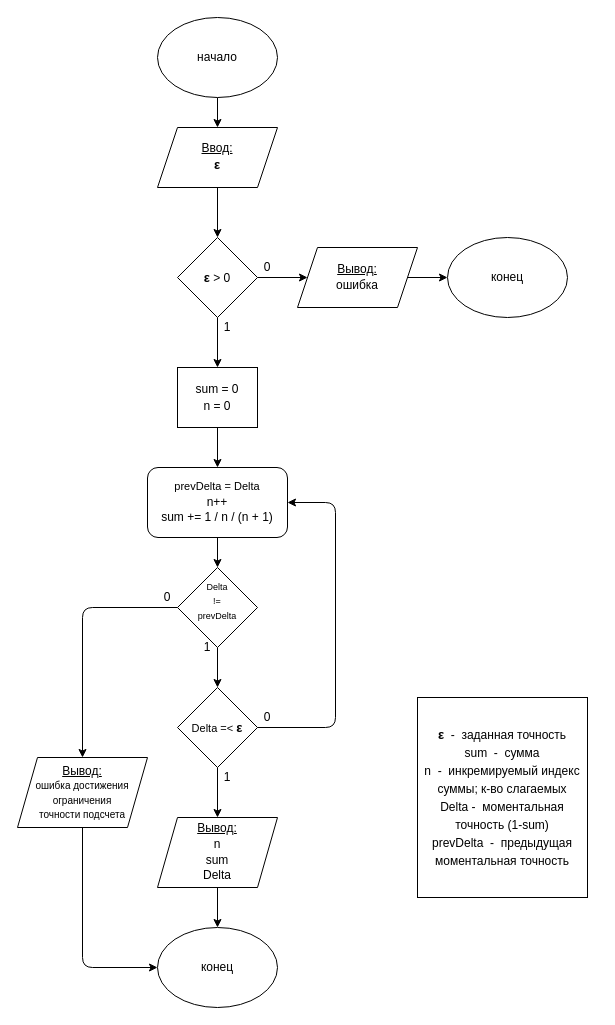
eldarbr/silver-funicular keeps this draw.io diagram as text/Диаграмма.drawio. Above is the earlier version. Source tidied: cells renumbered, new cells numbered last; positions are measured from the earlier drawing's top-left corner, leaving out a move shared by most shapes. Both pictures are drawn from the tidied source at 100%, with x=0, y=0 at pixel (17, 17).
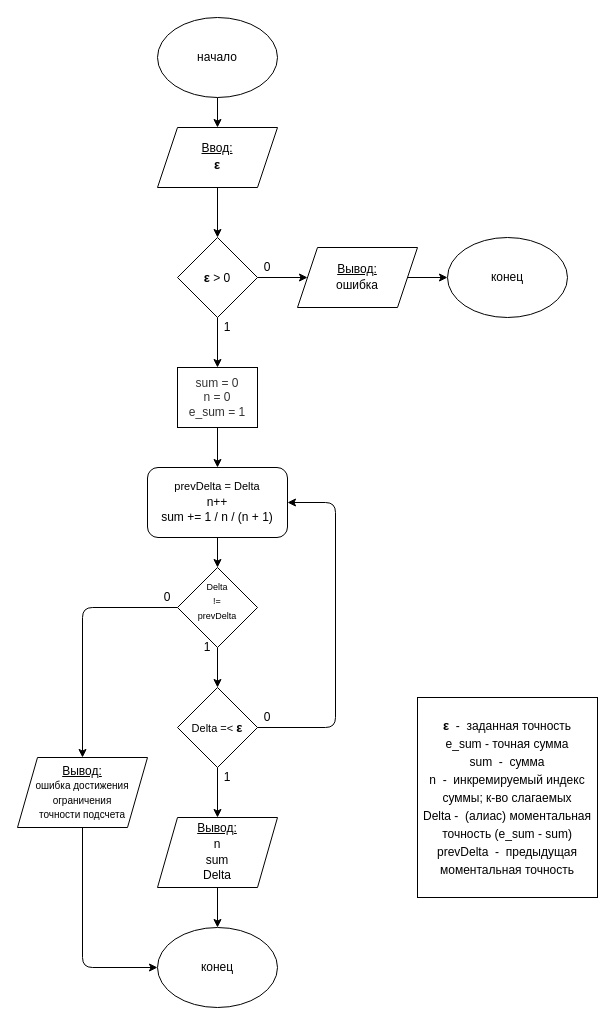
The same diagram, later.

What changed in the source:
```diff
@@
-    <mxCell id="7" value="&lt;p style=&quot;line-height: 1.4&quot;&gt;sum = 0&lt;br&gt;n = 0&lt;/p&gt;" style="rounded=0;whiteSpace=wrap;html=1;" parent="1" vertex="1">
+    <mxCell id="7" value="sum = 0&lt;br&gt;n = 0&lt;br&gt;e_sum = 1" style="rounded=0;whiteSpace=wrap;html=1;textOpacity=80;fillColor=default;strokeColor=default;fontColor=default;" parent="1" vertex="1">
       <mxGeometry x="160" y="350" width="80" height="60" as="geometry" />
     </mxCell>
@@
-    <mxCell id="30" value="&lt;span style=&quot;line-height: 1.5&quot;&gt;&lt;b style=&quot;font-size: 13px&quot;&gt;ε&lt;/b&gt;&amp;nbsp; -&amp;nbsp; заданная точность&lt;br&gt;sum&amp;nbsp; -&amp;nbsp; сумма&lt;br&gt;n&amp;nbsp; -&amp;nbsp; инкремируемый индекс суммы; к-во слагаемых&lt;br&gt;Delta -&amp;nbsp; моментальная точность (1-sum)&lt;br&gt;prevDelta&amp;nbsp; -&amp;nbsp; предыдущая моментальная точность&lt;br&gt;&lt;/span&gt;" style="rounded=0;whiteSpace=wrap;html=1;" parent="1" vertex="1">
-      <mxGeometry x="400" y="680" width="170" height="200" as="geometry" />
+    <mxCell id="30" value="&lt;span style=&quot;line-height: 1.5&quot;&gt;&lt;b style=&quot;font-size: 13px&quot;&gt;ε&lt;/b&gt;&amp;nbsp; -&amp;nbsp; заданная точность&lt;br&gt;e_sum - точная сумма&lt;br&gt;sum&amp;nbsp; -&amp;nbsp; сумма&lt;br&gt;n&amp;nbsp; -&amp;nbsp; инкремируемый индекс суммы; к-во слагаемых&lt;br&gt;Delta -&amp;nbsp; (алиас) моментальная точность (e_sum - sum)&lt;br&gt;prevDelta&amp;nbsp; -&amp;nbsp; предыдущая моментальная точность&lt;br&gt;&lt;/span&gt;" style="rounded=0;whiteSpace=wrap;html=1;fillColor=default;strokeColor=default;fontColor=default;" parent="1" vertex="1">
+      <mxGeometry x="400" y="680" width="180" height="200" as="geometry" />
     </mxCell>
```
